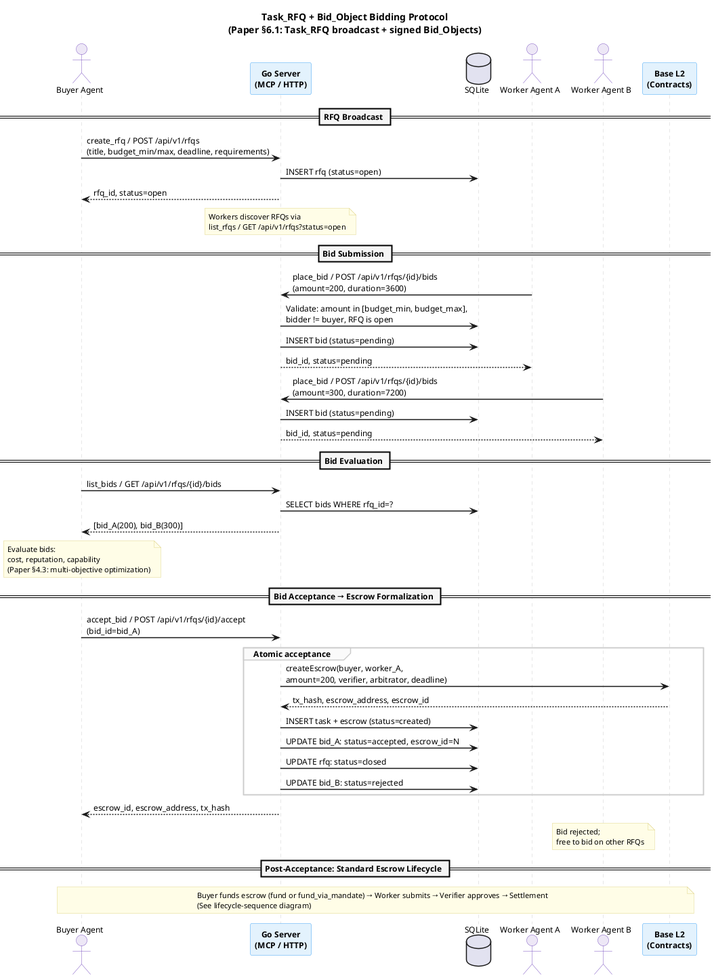
Before: docs/diagrams/bidding-sequence.png, a diagram exported from PlantUML (eddiefleurent/agent-escrow). The source it was exported from:
```plantuml
@startuml bidding-sequence
skinparam backgroundColor #FFFFFF
skinparam defaultFontName "Helvetica"
skinparam defaultFontSize 12
skinparam shadowing false
skinparam sequenceArrowThickness 1.5
skinparam sequenceLifeLineBorderColor #CCCCCC
skinparam sequenceDividerBackgroundColor #F5F5F5
skinparam sequenceDividerFontStyle bold
skinparam sequenceGroupBackgroundColor #FAFAFA
skinparam sequenceGroupBorderColor #CCCCCC

skinparam participant {
  BorderColor #42A5F5
  BackgroundColor #E3F2FD
  FontStyle bold
}

skinparam actor {
  BorderColor #7E57C2
  BackgroundColor #EDE7F6
}

skinparam note {
  BackgroundColor #FFFDE7
  BorderColor #E0D68A
  FontSize 11
}

title Task_RFQ + Bid_Object Bidding Protocol\n(Paper §6.1: Task_RFQ broadcast + signed Bid_Objects)

actor "Buyer Agent" as Buyer
participant "Go Server\n(MCP / HTTP)" as Server
database "SQLite" as DB
actor "Worker Agent A" as WorkerA
actor "Worker Agent B" as WorkerB
participant "Base L2\n(Contracts)" as Chain

== RFQ Broadcast ==

Buyer -> Server : create_rfq / POST /api/v1/rfqs\n(title, budget_min/max, deadline, requirements)
Server -> DB : INSERT rfq (status=open)
Server --> Buyer : rfq_id, status=open

note over Server : Workers discover RFQs via\nlist_rfqs / GET /api/v1/rfqs?status=open

== Bid Submission ==

WorkerA -> Server : place_bid / POST /api/v1/rfqs/{id}/bids\n(amount=200, duration=3600)
Server -> DB : Validate: amount in [budget_min, budget_max],\nbidder != buyer, RFQ is open
Server -> DB : INSERT bid (status=pending)
Server --> WorkerA : bid_id, status=pending

WorkerB -> Server : place_bid / POST /api/v1/rfqs/{id}/bids\n(amount=300, duration=7200)
Server -> DB : INSERT bid (status=pending)
Server --> WorkerB : bid_id, status=pending

== Bid Evaluation ==

Buyer -> Server : list_bids / GET /api/v1/rfqs/{id}/bids
Server -> DB : SELECT bids WHERE rfq_id=?
Server --> Buyer : [bid_A(200), bid_B(300)]

note over Buyer : Evaluate bids:\ncost, reputation, capability\n(Paper §4.3: multi-objective optimization)

== Bid Acceptance → Escrow Formalization ==

Buyer -> Server : accept_bid / POST /api/v1/rfqs/{id}/accept\n(bid_id=bid_A)

group Atomic acceptance
  Server -> Chain : createEscrow(buyer, worker_A,\namount=200, verifier, arbitrator, deadline)
  Chain --> Server : tx_hash, escrow_address, escrow_id

  Server -> DB : INSERT task + escrow (status=created)
  Server -> DB : UPDATE bid_A: status=accepted, escrow_id=N
  Server -> DB : UPDATE rfq: status=closed
  Server -> DB : UPDATE bid_B: status=rejected
end

Server --> Buyer : escrow_id, escrow_address, tx_hash

note over WorkerB : Bid rejected;\nfree to bid on other RFQs

== Post-Acceptance: Standard Escrow Lifecycle ==

note over Buyer, Chain : Buyer funds escrow (fund or fund_via_mandate) → Worker submits → Verifier approves → Settlement\n(See lifecycle-sequence diagram)

@enduml
```
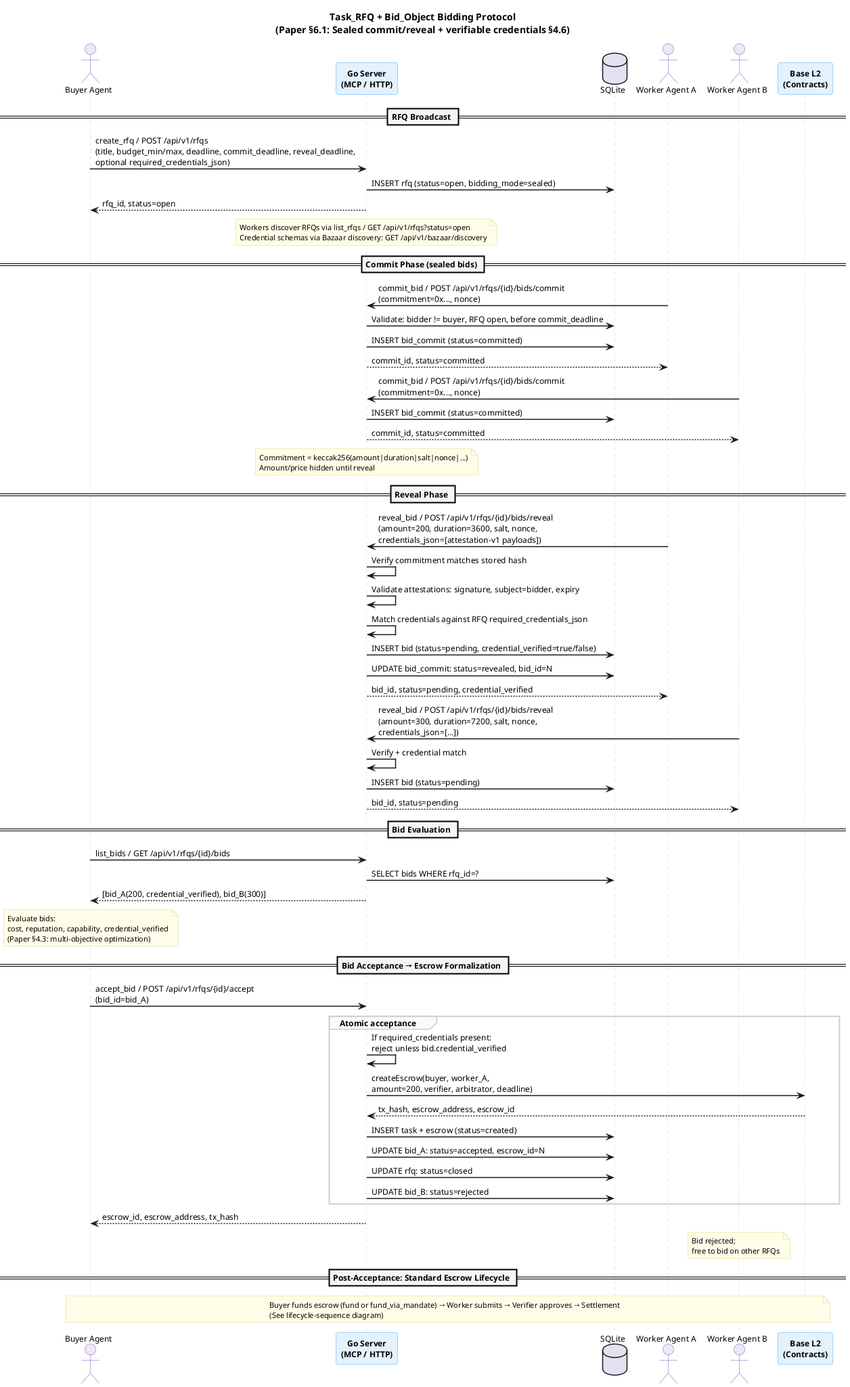
The same file after the commit.

What changed in the source:
```diff
@@ -27,7 +27,7 @@
   FontSize 11
 }
 
-title Task_RFQ + Bid_Object Bidding Protocol\n(Paper §6.1: Task_RFQ broadcast + signed Bid_Objects)
+title Task_RFQ + Bid_Object Bidding Protocol\n(Paper §6.1: Sealed commit/reveal + verifiable credentials §4.6)
 
 actor "Buyer Agent" as Buyer
 participant "Go Server\n(MCP / HTTP)" as Server
@@ -38,20 +38,37 @@
 
 == RFQ Broadcast ==
 
-Buyer -> Server : create_rfq / POST /api/v1/rfqs\n(title, budget_min/max, deadline, requirements)
-Server -> DB : INSERT rfq (status=open)
+Buyer -> Server : create_rfq / POST /api/v1/rfqs\n(title, budget_min/max, deadline, commit_deadline, reveal_deadline,\noptional required_credentials_json)
+Server -> DB : INSERT rfq (status=open, bidding_mode=sealed)
 Server --> Buyer : rfq_id, status=open
 
-note over Server : Workers discover RFQs via\nlist_rfqs / GET /api/v1/rfqs?status=open
+note over Server : Workers discover RFQs via list_rfqs / GET /api/v1/rfqs?status=open\nCredential schemas via Bazaar discovery: GET /api/v1/bazaar/discovery
 
-== Bid Submission ==
+== Commit Phase (sealed bids) ==
 
-WorkerA -> Server : place_bid / POST /api/v1/rfqs/{id}/bids\n(amount=200, duration=3600)
-Server -> DB : Validate: amount in [budget_min, budget_max],\nbidder != buyer, RFQ is open
-Server -> DB : INSERT bid (status=pending)
-Server --> WorkerA : bid_id, status=pending
+WorkerA -> Server : commit_bid / POST /api/v1/rfqs/{id}/bids/commit\n(commitment=0x..., nonce)
+Server -> DB : Validate: bidder != buyer, RFQ open, before commit_deadline
+Server -> DB : INSERT bid_commit (status=committed)
+Server --> WorkerA : commit_id, status=committed
 
-WorkerB -> Server : place_bid / POST /api/v1/rfqs/{id}/bids\n(amount=300, duration=7200)
+WorkerB -> Server : commit_bid / POST /api/v1/rfqs/{id}/bids/commit\n(commitment=0x..., nonce)
+Server -> DB : INSERT bid_commit (status=committed)
+Server --> WorkerB : commit_id, status=committed
+
+note over Server : Commitment = keccak256(amount|duration|salt|nonce|...)\nAmount/price hidden until reveal
+
+== Reveal Phase ==
+
+WorkerA -> Server : reveal_bid / POST /api/v1/rfqs/{id}/bids/reveal\n(amount=200, duration=3600, salt, nonce,\ncredentials_json=[attestation-v1 payloads])
+Server -> Server : Verify commitment matches stored hash
+Server -> Server : Validate attestations: signature, subject=bidder, expiry
+Server -> Server : Match credentials against RFQ required_credentials_json
+Server -> DB : INSERT bid (status=pending, credential_verified=true/false)
+Server -> DB : UPDATE bid_commit: status=revealed, bid_id=N
+Server --> WorkerA : bid_id, status=pending, credential_verified
+
+WorkerB -> Server : reveal_bid / POST /api/v1/rfqs/{id}/bids/reveal\n(amount=300, duration=7200, salt, nonce,\ncredentials_json=[...])
+Server -> Server : Verify + credential match
 Server -> DB : INSERT bid (status=pending)
 Server --> WorkerB : bid_id, status=pending
 
@@ -59,15 +76,16 @@
 
 Buyer -> Server : list_bids / GET /api/v1/rfqs/{id}/bids
 Server -> DB : SELECT bids WHERE rfq_id=?
-Server --> Buyer : [bid_A(200), bid_B(300)]
+Server --> Buyer : [bid_A(200, credential_verified), bid_B(300)]
 
-note over Buyer : Evaluate bids:\ncost, reputation, capability\n(Paper §4.3: multi-objective optimization)
+note over Buyer : Evaluate bids:\ncost, reputation, capability, credential_verified\n(Paper §4.3: multi-objective optimization)
 
 == Bid Acceptance → Escrow Formalization ==
 
 Buyer -> Server : accept_bid / POST /api/v1/rfqs/{id}/accept\n(bid_id=bid_A)
 
 group Atomic acceptance
+  Server -> Server : If required_credentials present:\nreject unless bid.credential_verified
   Server -> Chain : createEscrow(buyer, worker_A,\namount=200, verifier, arbitrator, deadline)
   Chain --> Server : tx_hash, escrow_address, escrow_id
 
```
